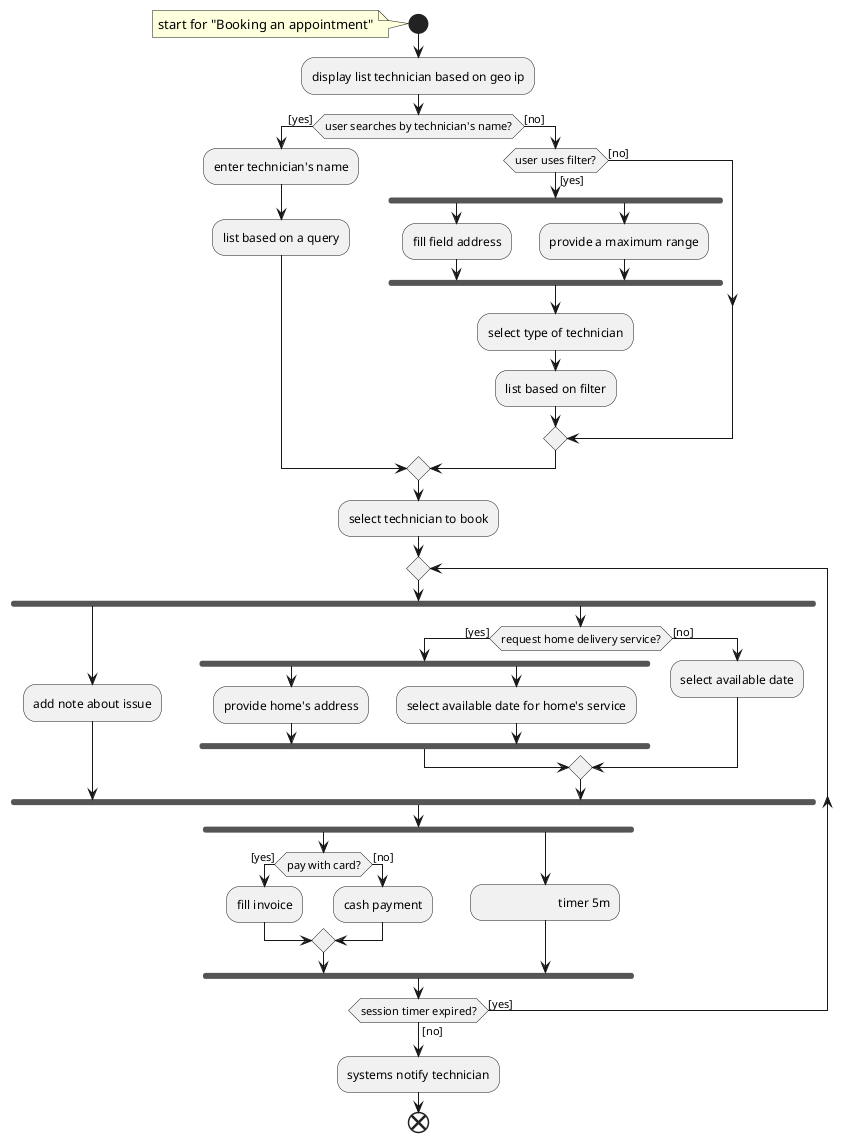
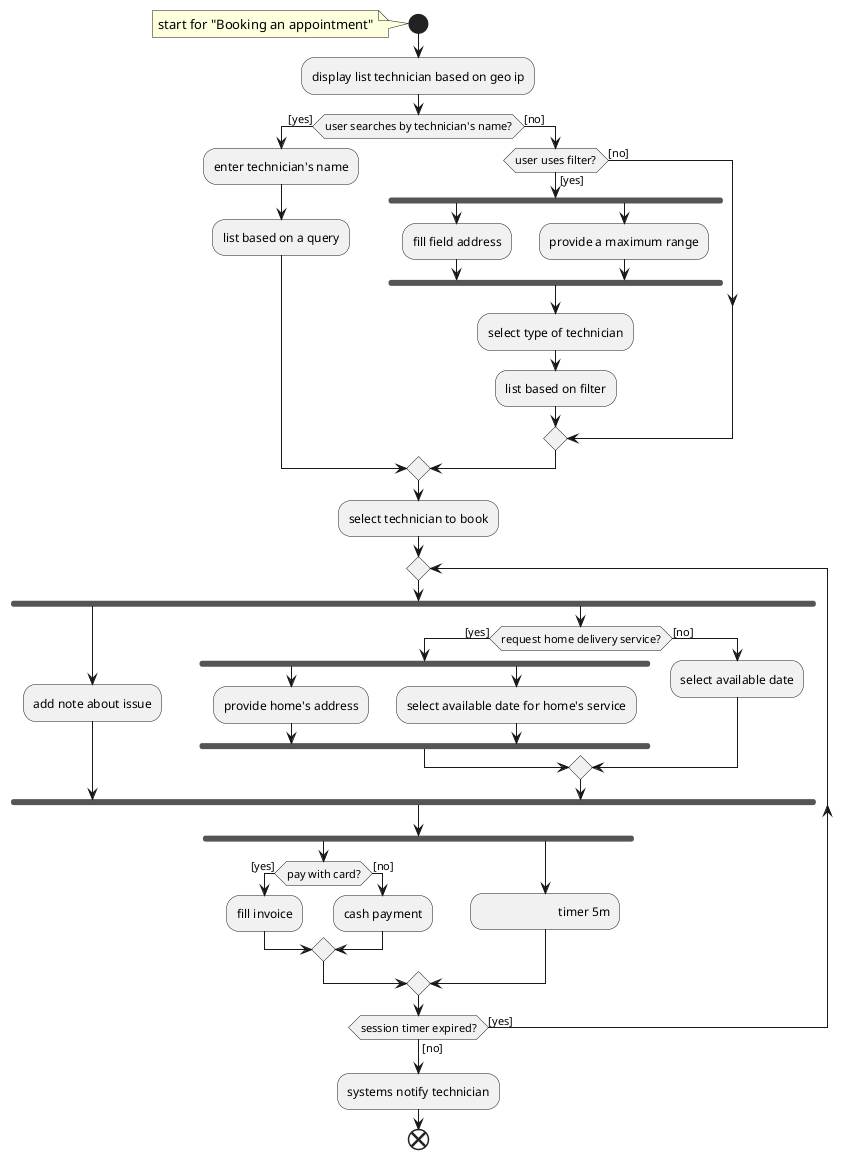
@startuml

start
note
start for "Booking an appointment"
end note

:display list technician based on geo ip;

if (user searches by technician's name?) then ([yes])
    :enter technician's name;
    :list based on a query;
else ([no])
    if (user uses filter?) then ([yes])
    fork
        :fill field address;
    fork again
        :provide a maximum range;
    end fork

    :select type of technician;

    :list based on filter;

    else ([no])


endif
endif

:select technician to book;

repeat

fork
    :add note about issue;
fork again
    if (request home delivery service?) then ([yes])
        fork
            :provide home's address;
        fork again
            :select available date for home's service;
        end fork
    else ([no])
        :select available date;
    endif
end fork

fork

if (pay with card?) then ([yes])
    :fill invoice;
else ([no])
    :cash payment;
endif

fork again

:\t\t\t timer 5m; <<timeEvent>>

- end fork
+ end merge

repeat while (session timer expired?) is ([yes]) not ([no])

:systems notify technician;

end

@enduml